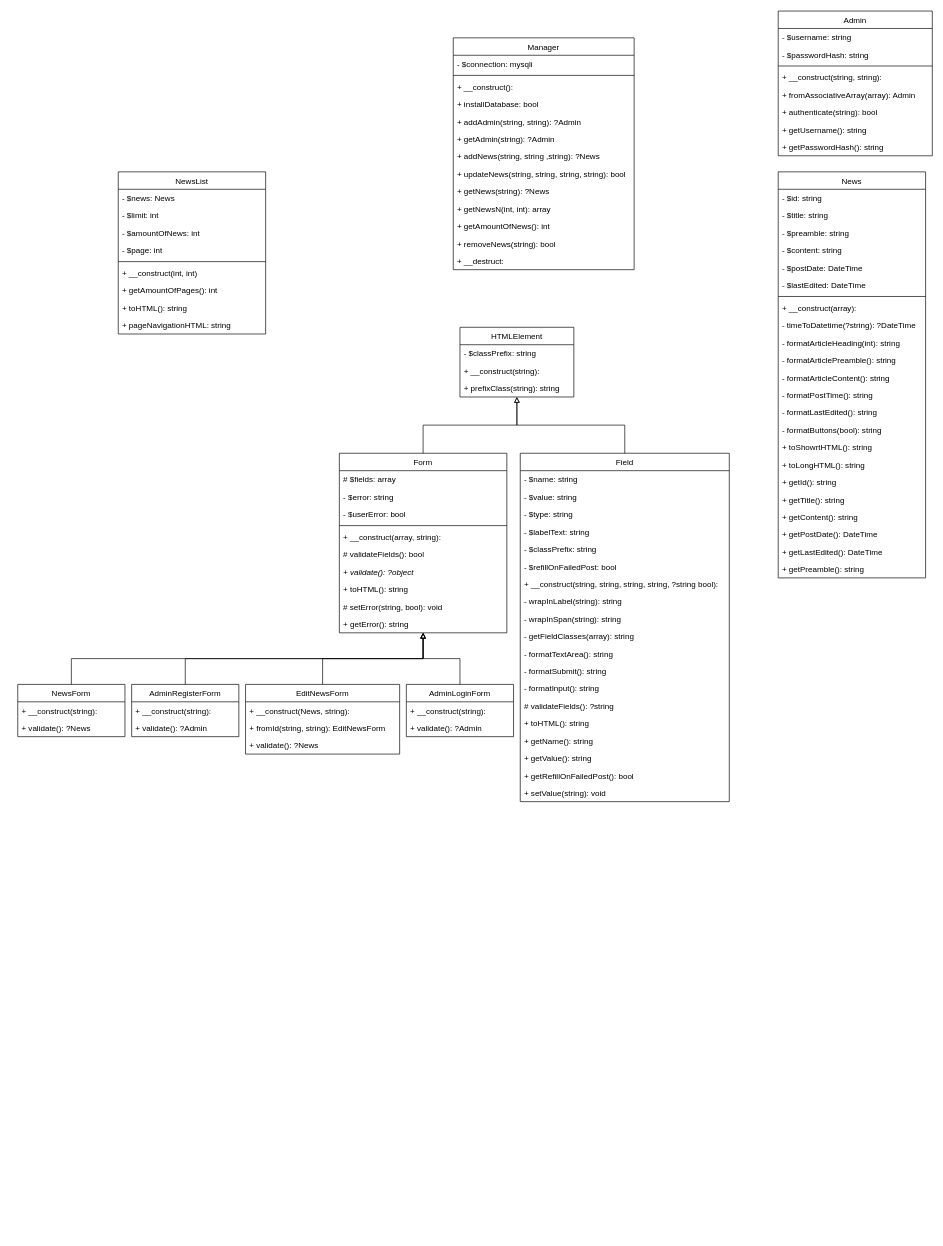
Above: webbutveckling/Webbutveckling2/Moment/Moment3/UML.drawio in EliasEriksson/miun (draw.io), before the change. Source tidied: cells renumbered, new cells numbered last; positions are measured from the earlier drawing's top-left corner, leaving out a move shared by most shapes. Both pictures are drawn from the tidied source at 67%, with x=0, y=0 at pixel (17, 11).
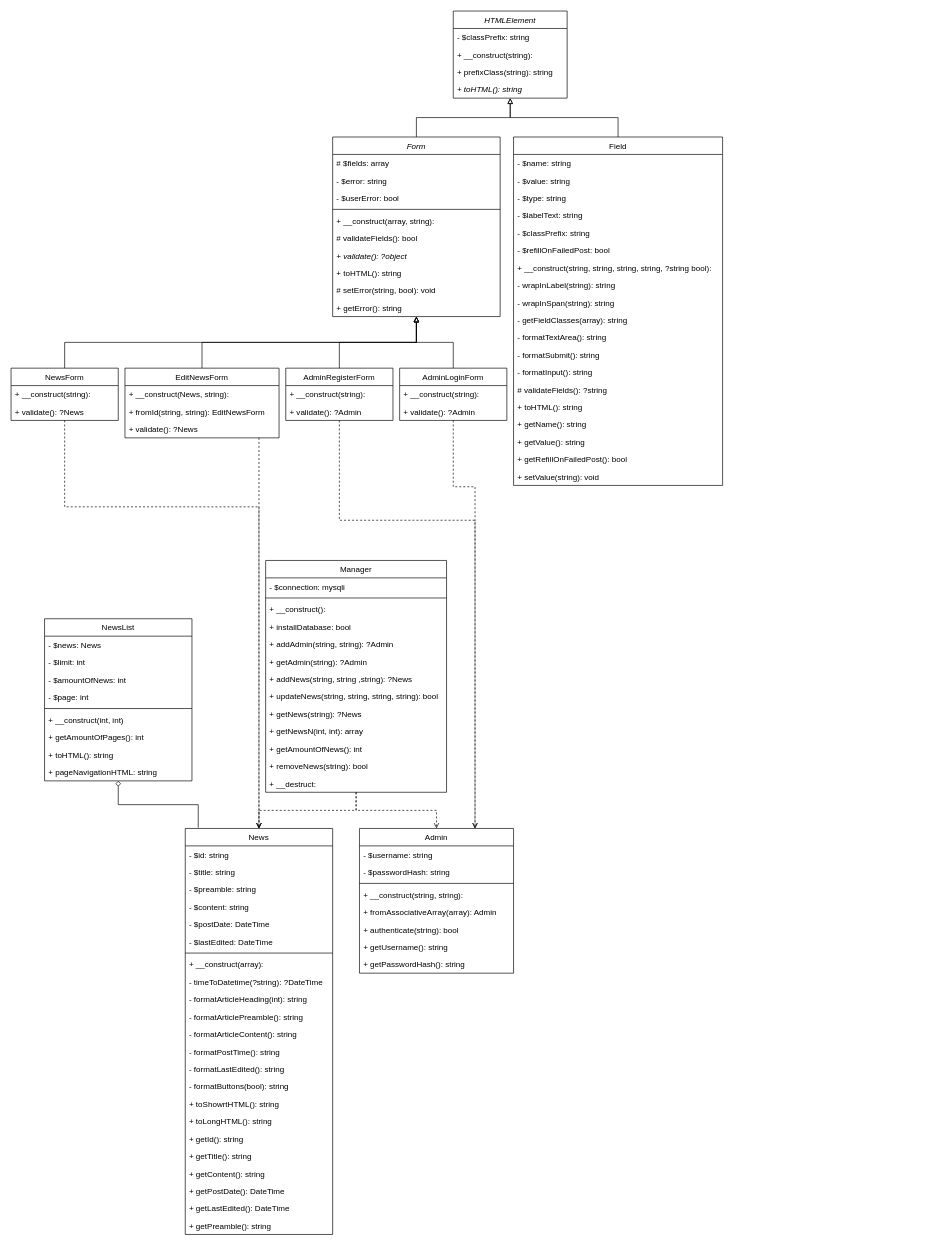
The same diagram, later.

What changed in the source:
```diff
@@
+    <mxCell id="113" style="edgeStyle=orthogonalEdgeStyle;rounded=0;jettySize=auto;html=1;startFill=0;endArrow=open;endFill=0;dashed=1;" parent="1" edge="1" source="2" target="16">
+      <mxGeometry relative="1" as="geometry" />
+    </mxCell>
+    <mxCell id="114" style="edgeStyle=orthogonalEdgeStyle;rounded=0;jettySize=auto;html=1;dashed=1;startFill=0;endArrow=open;endFill=0;" parent="1" edge="1" source="2" target="35">
+      <mxGeometry relative="1" as="geometry" />
+    </mxCell>
     <mxCell id="2" value="Manager" style="swimlane;fontStyle=0;horizontal=1;startSize=26;fillColor=none;" parent="1" vertex="1">
-      <mxGeometry x="650" y="40" width="270" height="346" as="geometry" />
+      <mxGeometry x="370" y="820" width="270" height="346" as="geometry" />
     </mxCell>
@@
     <mxCell id="16" value="Admin" style="swimlane;fontStyle=0;horizontal=1;startSize=26;fillColor=none;" parent="1" vertex="1">
-      <mxGeometry x="1135" width="230" height="216" as="geometry" />
+      <mxGeometry x="510" y="1220" width="230" height="216" as="geometry" />
     </mxCell>
@@
+    <mxCell id="115" style="edgeStyle=orthogonalEdgeStyle;rounded=0;jettySize=auto;html=1;entryX=0.088;entryY=-0.002;entryDx=0;entryDy=0;startFill=0;endArrow=none;endFill=0;startArrow=diamond;entryPerimeter=0;" parent="1" edge="1" source="25" target="35">
+      <mxGeometry relative="1" as="geometry" />
+    </mxCell>
     <mxCell id="25" value="NewsList" style="swimlane;fontStyle=0;horizontal=1;startSize=26;fillColor=none;" parent="1" vertex="1">
-      <mxGeometry x="150" y="240" width="220" height="242" as="geometry" />
+      <mxGeometry x="40" y="907" width="220" height="242" as="geometry" />
     </mxCell>
@@
     <mxCell id="35" value="News" style="swimlane;fontStyle=0;horizontal=1;startSize=26;fillColor=none;" parent="1" vertex="1">
-      <mxGeometry x="1135" y="240" width="220" height="606" as="geometry" />
+      <mxGeometry x="250" y="1220" width="220" height="606" as="geometry" />
     </mxCell>
@@
-    <mxCell id="60" value="Form" style="swimlane;fontStyle=0;horizontal=1;startSize=26;fillColor=none;" parent="1" vertex="1">
-      <mxGeometry x="480" y="660" width="250" height="268" as="geometry" />
+    <mxCell id="60" value="Form" style="swimlane;fontStyle=2;horizontal=1;startSize=26;fillColor=none;" parent="1" vertex="1">
+      <mxGeometry x="470" y="188" width="250" height="268" as="geometry" />
     </mxCell>
@@
+    <mxCell id="116" style="edgeStyle=orthogonalEdgeStyle;rounded=0;jettySize=auto;html=1;entryX=0.75;entryY=0;entryDx=0;entryDy=0;dashed=1;startFill=0;endArrow=open;endFill=0;" parent="1" edge="1" source="72" target="16">
+      <mxGeometry relative="1" as="geometry">
+        <Array as="points">
+          <mxPoint x="650" y="710" />
+          <mxPoint x="683" y="710" />
+        </Array>
+      </mxGeometry>
+    </mxCell>
     <mxCell id="72" value="AdminLoginForm" style="swimlane;fontStyle=0;horizontal=1;startSize=26;fillColor=none;" parent="1" vertex="1">
-      <mxGeometry x="580" y="1005" width="160" height="78" as="geometry" />
+      <mxGeometry x="570" y="533" width="160" height="78" as="geometry" />
     </mxCell>
@@
+    <mxCell id="117" style="edgeStyle=orthogonalEdgeStyle;rounded=0;jettySize=auto;html=1;entryX=0.75;entryY=0;entryDx=0;entryDy=0;dashed=1;startFill=0;endArrow=open;endFill=0;" parent="1" edge="1" source="76" target="16">
+      <mxGeometry relative="1" as="geometry">
+        <Array as="points">
+          <mxPoint x="480" y="760" />
+          <mxPoint x="683" y="760" />
+        </Array>
+      </mxGeometry>
+    </mxCell>
     <mxCell id="76" value="AdminRegisterForm" style="swimlane;fontStyle=0;horizontal=1;startSize=26;fillColor=none;" parent="1" vertex="1">
-      <mxGeometry x="170" y="1005" width="160" height="78" as="geometry" />
+      <mxGeometry x="400" y="533" width="160" height="78" as="geometry" />
     </mxCell>
@@
+    <mxCell id="118" style="edgeStyle=orthogonalEdgeStyle;rounded=0;jettySize=auto;html=1;startArrow=none;startFill=0;endArrow=open;endFill=0;dashed=1;" parent="1" edge="1" source="80" target="35">
+      <mxGeometry relative="1" as="geometry">
+        <Array as="points">
+          <mxPoint x="70" y="740" />
+          <mxPoint x="360" y="740" />
+        </Array>
+      </mxGeometry>
+    </mxCell>
     <mxCell id="80" value="NewsForm" style="swimlane;fontStyle=0;horizontal=1;startSize=26;fillColor=none;" parent="1" vertex="1">
-      <mxGeometry y="1005" width="160" height="78" as="geometry" />
+      <mxGeometry x="-10" y="533" width="160" height="78" as="geometry" />
     </mxCell>
@@
-    <mxCell id="83" style="edgeStyle=orthogonalEdgeStyle;rounded=0;jettySize=auto;html=1;startFill=0;endArrow=block;endFill=0;" parent="1" edge="1" source="84" target="60">
+    <mxCell id="83" style="edgeStyle=orthogonalEdgeStyle;rounded=0;jettySize=auto;html=1;startFill=0;endArrow=block;endFill=0;exitX=0.5;exitY=0;exitDx=0;exitDy=0;" parent="1" edge="1" source="84" target="60">
       <mxGeometry relative="1" as="geometry" />
     </mxCell>
+    <mxCell id="119" style="edgeStyle=orthogonalEdgeStyle;rounded=0;jettySize=auto;html=1;dashed=1;startFill=0;endArrow=open;endFill=0;" parent="1" edge="1" source="84" target="35">
+      <mxGeometry relative="1" as="geometry">
+        <Array as="points">
+          <mxPoint x="360" y="770" />
+          <mxPoint x="360" y="770" />
+        </Array>
+      </mxGeometry>
+    </mxCell>
     <mxCell id="84" value="EditNewsForm" style="swimlane;fontStyle=0;horizontal=1;startSize=26;fillColor=none;" parent="1" vertex="1">
-      <mxGeometry x="340" y="1005" width="230" height="104" as="geometry" />
+      <mxGeometry x="160" y="533" width="230" height="104" as="geometry" />
     </mxCell>
@@
-    <mxCell id="88" value="HTMLElement" style="swimlane;fontStyle=0;horizontal=1;startSize=26;fillColor=none;" parent="1" vertex="1">
-      <mxGeometry x="660" y="472" width="170" height="104" as="geometry" />
+    <mxCell id="88" value="HTMLElement" style="swimlane;fontStyle=2;horizontal=1;startSize=26;fillColor=none;" parent="1" vertex="1">
+      <mxGeometry x="650" width="170" height="130" as="geometry" />
     </mxCell>
@@
+    <mxCell id="120" value="+ toHTML(): string" style="text;strokeColor=none;fillColor=none;align=left;verticalAlign=top;spacingLeft=4;spacingRight=4;overflow=hidden;fontStyle=2;" parent="88" vertex="1">
+      <mxGeometry y="104" width="170" height="26" as="geometry" />
+    </mxCell>
@@
     <mxCell id="93" value="Field" style="swimlane;fontStyle=0;horizontal=1;startSize=26;fillColor=none;" parent="1" vertex="1">
-      <mxGeometry x="750" y="660" width="312" height="520" as="geometry" />
+      <mxGeometry x="740" y="188" width="312" height="520" as="geometry" />
     </mxCell>
```
